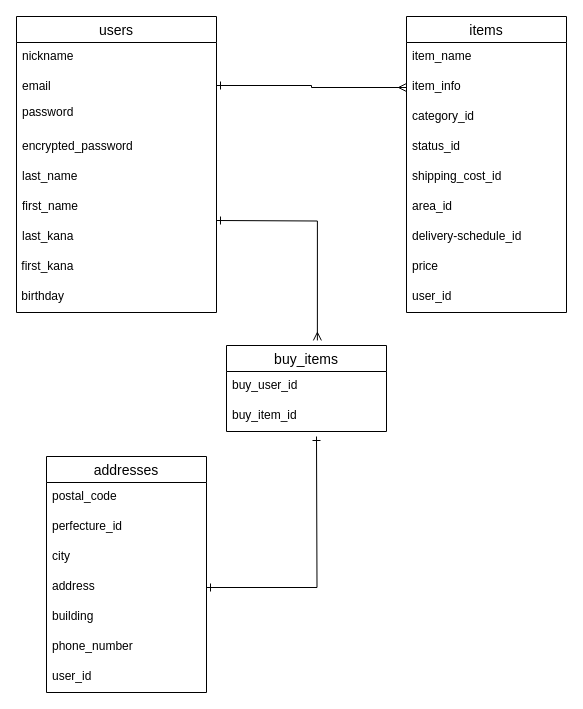
The draw.io diagram table.dio in githaruka/furima-33490, before the edit. Source tidied: cells renumbered, new cells numbered last; positions are measured from the earlier drawing's top-left corner, leaving out a move shared by most shapes. Both pictures are drawn from the tidied source at 100%, with x=0, y=0 at pixel (16, 16).
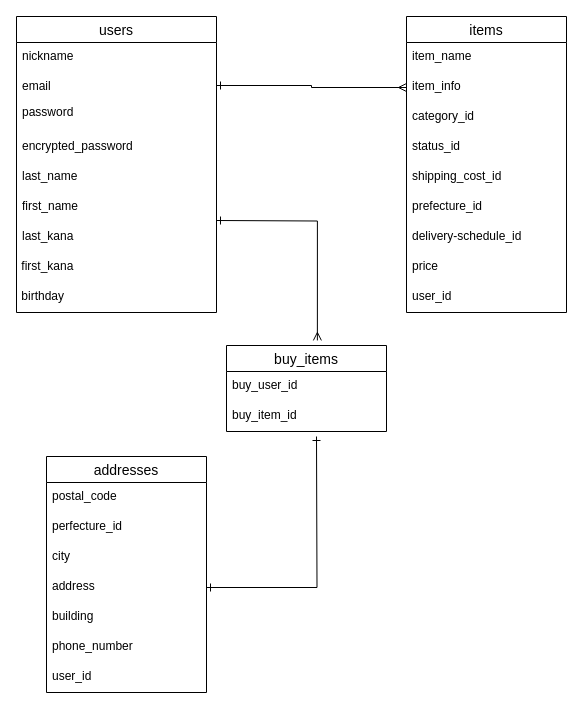
The same page after the edit.

Unchanged cells that the change refers to:
```xml
<mxCell id="12" value="items" style="swimlane;fontStyle=0;horizontal=1;startSize=26;align=center;fontSize=14;html=0;" parent="1" vertex="1">
  <mxGeometry x="390" width="160" height="296" as="geometry" />
</mxCell>
```

Diff of the diagram source:
```diff
@@
-    <mxCell id="18" value="area_id" style="text;strokeColor=none;fillColor=none;spacingLeft=4;spacingRight=4;overflow=hidden;fontSize=12;" parent="12" vertex="1">
+    <mxCell id="18" value="prefecture_id" style="text;strokeColor=none;fillColor=none;spacingLeft=4;spacingRight=4;overflow=hidden;fontSize=12;" parent="12" vertex="1">
       <mxGeometry y="176" width="160" height="30" as="geometry" />
     </mxCell>
```
